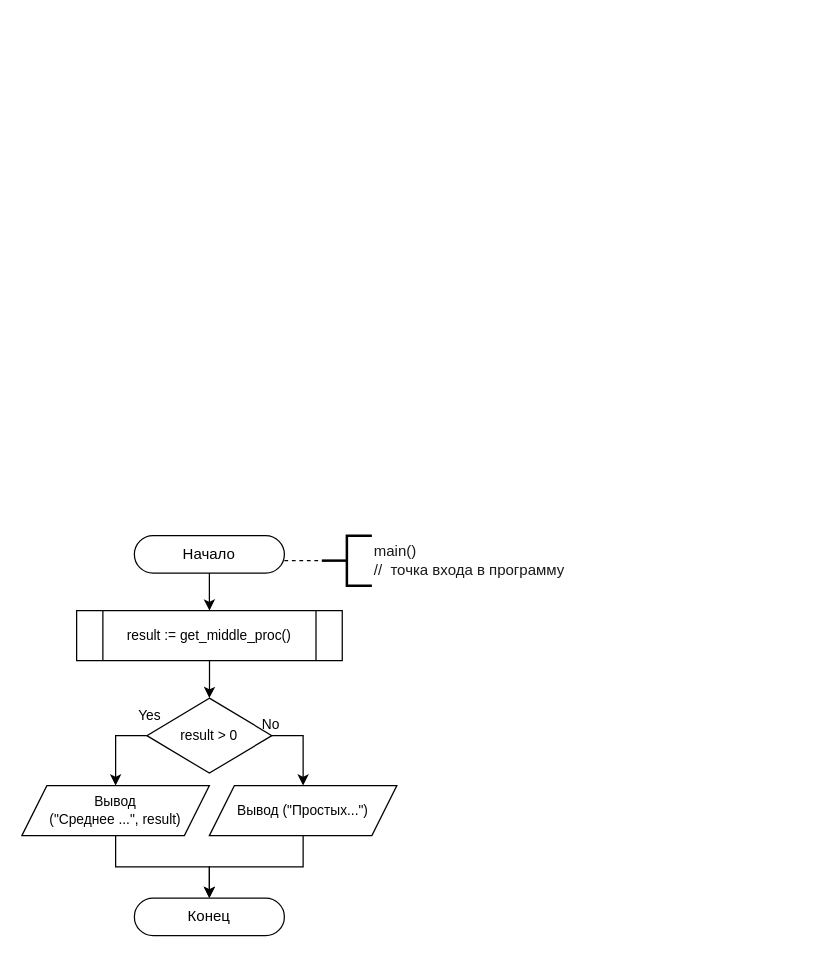
This is page "Page-1" (1 of 2) of semestr_2/Ознакомительная практика/ex_1/main_func.drawio from fducha/tulgu, a draw.io file, before an edit. Source tidied: cells renumbered, new cells numbered last; positions are measured from the earlier drawing's top-left corner, leaving out a move shared by most shapes. Both pictures are drawn from the tidied source at 125%, with x=0, y=0 at pixel (21, 535).
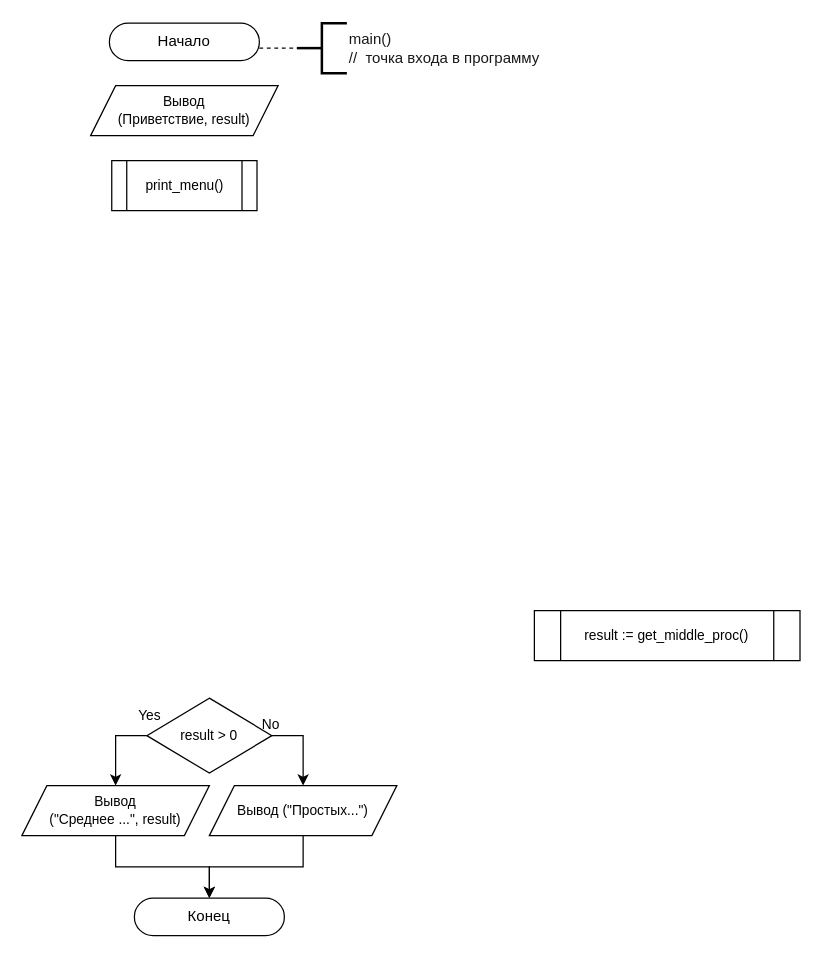
Above is the later version.

Unchanged cells that the change refers to:
```xml
<mxCell id="11" value="result &amp;gt; 0" style="strokeWidth=1;html=1;shape=mxgraph.flowchart.decision;whiteSpace=wrap;fontSize=11;fillColor=none;strokeColor=#000000;rounded=0;fontColor=#000000;fillColor=none;" parent="1" vertex="1">
  <mxGeometry x="100" y="130" width="100" height="60" as="geometry" />
</mxCell>
```

Diff of the diagram source:
```diff
@@
-    <mxCell id="2" style="edgeStyle=orthogonalEdgeStyle;rounded=0;jettySize=auto;html=1;fillColor=none;strokeColor=#000000;" parent="1" edge="1" source="3" target="15">
-      <mxGeometry relative="1" as="geometry" />
-    </mxCell>
     <mxCell id="3" value="&lt;font color=&quot;#000000&quot;&gt;Начало&lt;/font&gt;" style="rounded=1;whiteSpace=wrap;html=1;fontSize=12;glass=0;strokeWidth=1;shadow=0;arcSize=50;strokeColor=#000000;fillColor=none;" parent="1" vertex="1">
-      <mxGeometry x="90" width="120" height="30" as="geometry" />
+      <mxGeometry x="70" y="-410" width="120" height="30" as="geometry" />
     </mxCell>
     <mxCell id="4" value="&lt;font color=&quot;#191919&quot;&gt;main()&lt;br&gt;//&amp;nbsp; точка входа в программу&lt;br&gt;&lt;/font&gt;" style="strokeWidth=2;html=1;shape=mxgraph.flowchart.annotation_2;align=left;labelPosition=right;strokeColor=#000000;" parent="1" vertex="1">
-      <mxGeometry x="240" width="40" height="40" as="geometry" />
+      <mxGeometry x="220" y="-410" width="40" height="40" as="geometry" />
     </mxCell>
     <mxCell id="5" style="edgeStyle=orthogonalEdgeStyle;rounded=0;jettySize=auto;html=1;entryX=0.27;entryY=0.5;entryDx=0;entryDy=0;entryPerimeter=0;dashed=1;endArrow=none;endFill=0;strokeColor=#050505;" parent="1" edge="1" source="3" target="4">
       <mxGeometry relative="1" as="geometry">
         <Array as="points">
-          <mxPoint x="240" y="20" />
-          <mxPoint x="240" y="20" />
+          <mxPoint x="220" y="-390" />
+          <mxPoint x="220" y="-390" />
         </Array>
       </mxGeometry>
     </mxCell>
@@
-    <mxCell id="14" style="edgeStyle=orthogonalEdgeStyle;rounded=0;jettySize=auto;html=1;strokeColor=#000000;" parent="1" edge="1" source="15" target="11">
-      <mxGeometry relative="1" as="geometry" />
-    </mxCell>
     <mxCell id="15" value="result := get_middle_proc()" style="shape=process;whiteSpace=wrap;html=1;backgroundOutline=1;fontSize=11;fillColor=none;strokeColor=#000000;fontColor=#000000;strokeWidth=1;rounded=0;" parent="1" vertex="1">
-      <mxGeometry x="43.8" y="60" width="212.5" height="40" as="geometry" />
+      <mxGeometry x="410" y="60" width="212.5" height="40" as="geometry" />
     </mxCell>
@@
+    <mxCell id="18" value="&lt;font color=&quot;#030303&quot;&gt;Вывод &lt;br&gt;(Приветствие, result)&lt;br&gt;&lt;/font&gt;" style="shape=parallelogram;perimeter=parallelogramPerimeter;whiteSpace=wrap;html=1;fixedSize=1;rounded=0;strokeColor=#000000;align=center;verticalAlign=middle;fontFamily=Helvetica;fontSize=11;fontColor=default;fillColor=none;" parent="1" vertex="1">
+      <mxGeometry x="55" y="-360" width="150" height="40" as="geometry" />
+    </mxCell>
+    <mxCell id="19" value="print_menu()" style="shape=process;whiteSpace=wrap;html=1;backgroundOutline=1;fontSize=11;fillColor=none;strokeColor=#000000;fontColor=#000000;strokeWidth=1;rounded=0;" parent="1" vertex="1">
+      <mxGeometry x="71.9" y="-300" width="116.2" height="40" as="geometry" />
+    </mxCell>
```
